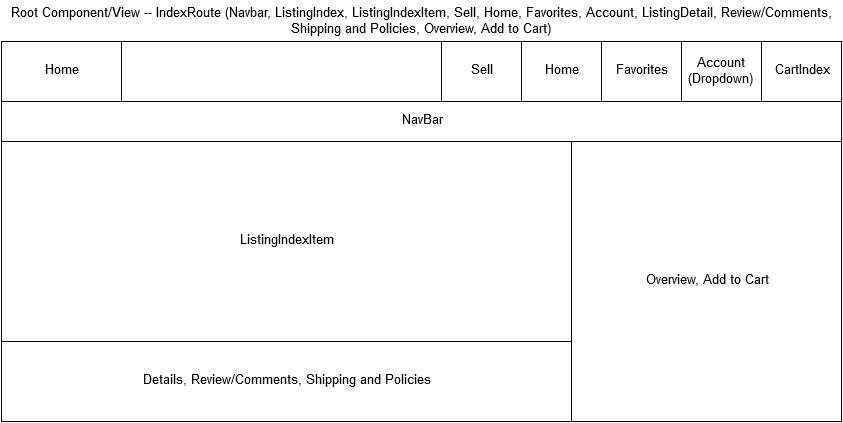
Above: docs/wireframes/listing.png in jonathol/etsy (draw.io), before the change. Source tidied: cells renumbered, new cells last; positions are measured from the earlier drawing's top-left corner, leaving out a move shared by most shapes. Source of this version:
```xml
<mxGraphModel background="#ffffff">
  <root>
    <mxCell id="0" />
    <mxCell id="1" parent="0" />
    <mxCell id="2" value="Root Component/View -- IndexRoute (Navbar, ListingIndex, ListingIndexItem, Sell, Home, Favorites, Account, ListingDetail, Review/Comments, Shipping and Policies, Overview, Add to Cart)&lt;br&gt;" style="text;strokeColor=none;fillColor=none;align=center;verticalAlign=middle;overflow=hidden;rounded=0;fontSize=13;fontColor=#000000;textDirection=ltr;whiteSpace=wrap;html=1;" parent="1" vertex="1">
      <mxGeometry width="840" height="40" as="geometry" />
    </mxCell>
    <mxCell id="3" style="whiteSpace=wrap;html=1;rounded=0;strokeColor=#000000;strokeWidth=1;fillColor=#ffffff;fontSize=13;fontColor=#000000;" parent="1" vertex="1">
      <mxGeometry y="40" width="840" height="380" as="geometry" />
    </mxCell>
    <mxCell id="4" style="whiteSpace=wrap;html=1;rounded=0;strokeColor=#000000;strokeWidth=1;fillColor=#ffffff;fontSize=13;fontColor=#000000;" parent="1" vertex="1">
      <mxGeometry y="40" width="840" height="60" as="geometry" />
    </mxCell>
    <mxCell id="5" style="whiteSpace=wrap;html=1;rounded=0;strokeColor=#000000;strokeWidth=1;fillColor=#ffffff;fontSize=13;fontColor=#000000;" parent="1" vertex="1">
      <mxGeometry y="40" width="120" height="60" as="geometry" />
    </mxCell>
    <mxCell id="6" style="whiteSpace=wrap;html=1;rounded=0;strokeColor=#000000;strokeWidth=1;fillColor=#ffffff;fontSize=13;fontColor=#000000;" parent="1" vertex="1">
      <mxGeometry x="760" y="40" width="80" height="60" as="geometry" />
    </mxCell>
    <mxCell id="7" style="whiteSpace=wrap;html=1;rounded=0;strokeColor=#000000;strokeWidth=1;fillColor=#ffffff;fontSize=13;fontColor=#000000;" parent="1" vertex="1">
      <mxGeometry x="680" y="40" width="80" height="60" as="geometry" />
    </mxCell>
    <mxCell id="8" style="whiteSpace=wrap;html=1;rounded=0;strokeColor=#000000;strokeWidth=1;fillColor=#ffffff;fontSize=13;fontColor=#000000;" parent="1" vertex="1">
      <mxGeometry x="600" y="40" width="80" height="60" as="geometry" />
    </mxCell>
    <mxCell id="9" style="whiteSpace=wrap;html=1;rounded=0;strokeColor=#000000;strokeWidth=1;fillColor=#ffffff;fontSize=13;fontColor=#000000;" parent="1" vertex="1">
      <mxGeometry x="520" y="40" width="80" height="60" as="geometry" />
    </mxCell>
    <mxCell id="10" style="whiteSpace=wrap;html=1;rounded=0;strokeColor=#000000;strokeWidth=1;fillColor=#ffffff;fontSize=13;fontColor=#000000;" parent="1" vertex="1">
      <mxGeometry x="440" y="40" width="80" height="60" as="geometry" />
    </mxCell>
    <mxCell id="11" value="CartIndex" style="text;html=1;strokeColor=none;fillColor=none;align=center;verticalAlign=middle;whiteSpace=wrap;overflow=hidden;rounded=0;fontSize=13;fontColor=#000000;" parent="1" vertex="1">
      <mxGeometry x="760" y="40" width="80" height="60" as="geometry" />
    </mxCell>
    <mxCell id="12" value="Home" style="text;html=1;strokeColor=none;fillColor=none;align=center;verticalAlign=middle;whiteSpace=wrap;overflow=hidden;rounded=0;fontSize=13;fontColor=#000000;" parent="1" vertex="1">
      <mxGeometry y="40" width="120" height="60" as="geometry" />
    </mxCell>
    <mxCell id="13" value="Favorites&lt;br&gt;" style="text;html=1;strokeColor=none;fillColor=none;align=center;verticalAlign=middle;whiteSpace=wrap;overflow=hidden;rounded=0;fontSize=13;fontColor=#000000;" parent="1" vertex="1">
      <mxGeometry x="600" y="40" width="80" height="60" as="geometry" />
    </mxCell>
    <mxCell id="14" value="Home" style="text;html=1;strokeColor=none;fillColor=none;align=center;verticalAlign=middle;whiteSpace=wrap;overflow=hidden;rounded=0;fontSize=13;fontColor=#000000;" parent="1" vertex="1">
      <mxGeometry x="520" y="40" width="80" height="60" as="geometry" />
    </mxCell>
    <mxCell id="15" value="Sell" style="text;html=1;strokeColor=none;fillColor=none;align=center;verticalAlign=middle;whiteSpace=wrap;overflow=hidden;rounded=0;fontSize=13;fontColor=#000000;" parent="1" vertex="1">
      <mxGeometry x="440" y="40" width="80" height="60" as="geometry" />
    </mxCell>
    <mxCell id="16" value="Account (Dropdown)&lt;br&gt;" style="text;html=1;strokeColor=none;fillColor=none;align=center;verticalAlign=middle;whiteSpace=wrap;overflow=hidden;rounded=0;fontSize=13;fontColor=#000000;" parent="1" vertex="1">
      <mxGeometry x="680" y="40" width="80" height="60" as="geometry" />
    </mxCell>
    <mxCell id="17" style="whiteSpace=wrap;html=1;rounded=0;strokeColor=#000000;strokeWidth=1;fillColor=#ffffff;fontSize=13;fontColor=#000000;" parent="1" vertex="1">
      <mxGeometry y="100" width="840" height="40" as="geometry" />
    </mxCell>
    <mxCell id="18" value="NavBar&lt;br&gt;" style="text;html=1;strokeColor=none;fillColor=none;align=center;verticalAlign=middle;whiteSpace=wrap;overflow=hidden;rounded=0;fontSize=13;fontColor=#000000;" parent="1" vertex="1">
      <mxGeometry y="100" width="840" height="40" as="geometry" />
    </mxCell>
    <mxCell id="19" style="whiteSpace=wrap;html=1;rounded=0;strokeColor=#000000;strokeWidth=1;fillColor=#FFFFFF;gradientColor=none;fontSize=13;fontColor=#000000;" parent="1" vertex="1">
      <mxGeometry y="140" width="570" height="280" as="geometry" />
    </mxCell>
    <mxCell id="20" style="whiteSpace=wrap;html=1;rounded=0;strokeColor=#000000;strokeWidth=1;fillColor=#FFFFFF;gradientColor=none;fontSize=13;fontColor=#000000;" parent="1" vertex="1">
      <mxGeometry x="570" y="140" width="270" height="280" as="geometry" />
    </mxCell>
    <mxCell id="21" value="Overview, Add to Cart&lt;br&gt;" style="text;html=1;strokeColor=none;fillColor=none;align=center;verticalAlign=middle;whiteSpace=wrap;overflow=hidden;rounded=0;fontSize=13;fontColor=#000000;" parent="1" vertex="1">
      <mxGeometry x="570" y="140" width="270" height="280" as="geometry" />
    </mxCell>
    <mxCell id="22" style="whiteSpace=wrap;html=1;rounded=0;strokeColor=#000000;strokeWidth=1;fillColor=#FFFFFF;gradientColor=none;fontSize=13;fontColor=#000000;" parent="1" vertex="1">
      <mxGeometry y="140" width="570" height="200" as="geometry" />
    </mxCell>
    <mxCell id="23" value="ListingIndexItem&lt;br&gt;" style="text;html=1;strokeColor=none;fillColor=none;align=center;verticalAlign=middle;whiteSpace=wrap;overflow=hidden;rounded=0;fontSize=13;fontColor=#000000;" parent="1" vertex="1">
      <mxGeometry y="140" width="570" height="200" as="geometry" />
    </mxCell>
    <mxCell id="24" value="Details, Review/Comments, Shipping and Policies&lt;br&gt;" style="text;html=1;strokeColor=none;fillColor=none;align=center;verticalAlign=middle;whiteSpace=wrap;overflow=hidden;rounded=0;fontSize=13;fontColor=#000000;" parent="1" vertex="1">
      <mxGeometry y="340" width="570" height="80" as="geometry" />
    </mxCell>
  </root>
</mxGraphModel>
```
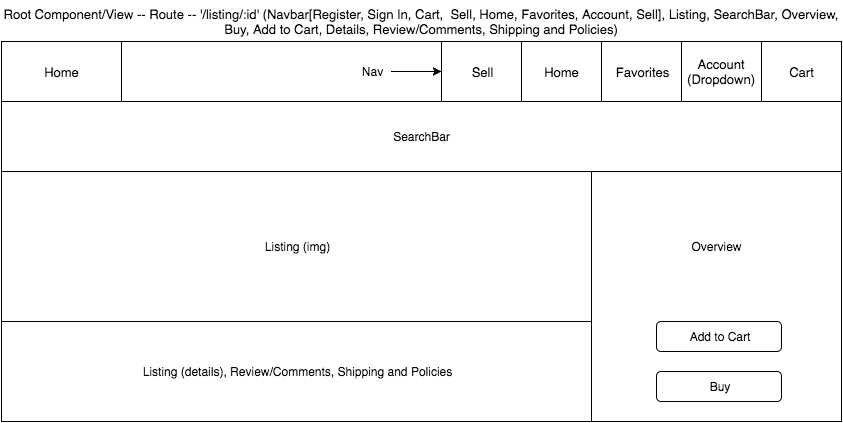
The same diagram one commit later.

The edit, as a diff of the source:
```diff
@@ -2,74 +2,89 @@
   <root>
     <mxCell id="0" />
     <mxCell id="1" parent="0" />
-    <mxCell id="2" value="Root Component/View -- IndexRoute (Navbar, ListingIndex, ListingIndexItem, Sell, Home, Favorites, Account, ListingDetail, Review/Comments, Shipping and Policies, Overview, Add to Cart)&lt;br&gt;" style="text;strokeColor=none;fillColor=none;align=center;verticalAlign=middle;overflow=hidden;rounded=0;fontSize=13;fontColor=#000000;textDirection=ltr;whiteSpace=wrap;html=1;" parent="1" vertex="1">
-      <mxGeometry width="840" height="40" as="geometry" />
-    </mxCell>
-    <mxCell id="3" style="whiteSpace=wrap;html=1;rounded=0;strokeColor=#000000;strokeWidth=1;fillColor=#ffffff;fontSize=13;fontColor=#000000;" parent="1" vertex="1">
-      <mxGeometry y="40" width="840" height="380" as="geometry" />
-    </mxCell>
-    <mxCell id="4" style="whiteSpace=wrap;html=1;rounded=0;strokeColor=#000000;strokeWidth=1;fillColor=#ffffff;fontSize=13;fontColor=#000000;" parent="1" vertex="1">
-      <mxGeometry y="40" width="840" height="60" as="geometry" />
-    </mxCell>
-    <mxCell id="5" style="whiteSpace=wrap;html=1;rounded=0;strokeColor=#000000;strokeWidth=1;fillColor=#ffffff;fontSize=13;fontColor=#000000;" parent="1" vertex="1">
-      <mxGeometry y="40" width="120" height="60" as="geometry" />
-    </mxCell>
-    <mxCell id="6" style="whiteSpace=wrap;html=1;rounded=0;strokeColor=#000000;strokeWidth=1;fillColor=#ffffff;fontSize=13;fontColor=#000000;" parent="1" vertex="1">
-      <mxGeometry x="760" y="40" width="80" height="60" as="geometry" />
-    </mxCell>
-    <mxCell id="7" style="whiteSpace=wrap;html=1;rounded=0;strokeColor=#000000;strokeWidth=1;fillColor=#ffffff;fontSize=13;fontColor=#000000;" parent="1" vertex="1">
-      <mxGeometry x="680" y="40" width="80" height="60" as="geometry" />
-    </mxCell>
-    <mxCell id="8" style="whiteSpace=wrap;html=1;rounded=0;strokeColor=#000000;strokeWidth=1;fillColor=#ffffff;fontSize=13;fontColor=#000000;" parent="1" vertex="1">
-      <mxGeometry x="600" y="40" width="80" height="60" as="geometry" />
-    </mxCell>
-    <mxCell id="9" style="whiteSpace=wrap;html=1;rounded=0;strokeColor=#000000;strokeWidth=1;fillColor=#ffffff;fontSize=13;fontColor=#000000;" parent="1" vertex="1">
-      <mxGeometry x="520" y="40" width="80" height="60" as="geometry" />
-    </mxCell>
-    <mxCell id="10" style="whiteSpace=wrap;html=1;rounded=0;strokeColor=#000000;strokeWidth=1;fillColor=#ffffff;fontSize=13;fontColor=#000000;" parent="1" vertex="1">
-      <mxGeometry x="440" y="40" width="80" height="60" as="geometry" />
-    </mxCell>
-    <mxCell id="11" value="CartIndex" style="text;html=1;strokeColor=none;fillColor=none;align=center;verticalAlign=middle;whiteSpace=wrap;overflow=hidden;rounded=0;fontSize=13;fontColor=#000000;" parent="1" vertex="1">
-      <mxGeometry x="760" y="40" width="80" height="60" as="geometry" />
-    </mxCell>
-    <mxCell id="12" value="Home" style="text;html=1;strokeColor=none;fillColor=none;align=center;verticalAlign=middle;whiteSpace=wrap;overflow=hidden;rounded=0;fontSize=13;fontColor=#000000;" parent="1" vertex="1">
-      <mxGeometry y="40" width="120" height="60" as="geometry" />
-    </mxCell>
+    <mxCell id="25" value="Root Component/View -- Route -- '/listing/:id' (Navbar[Register, Sign In, Cart, &amp;nbsp;Sell, Home, Favorites, Account, Sell], Listing, SearchBar, Overview, Buy, Add to Cart, Details, Review/Comments, Shipping and Policies)&lt;br&gt;" style="text;strokeColor=none;fillColor=none;align=center;verticalAlign=middle;overflow=hidden;rounded=0;fontSize=13;fontColor=#000000;textDirection=ltr;whiteSpace=wrap;html=1;" parent="1" vertex="1">
+      <mxGeometry width="840" height="40" as="geometry" />
+    </mxCell>
+    <mxCell id="26" style="whiteSpace=wrap;html=1;rounded=0;strokeColor=#000000;strokeWidth=1;fillColor=#ffffff;fontSize=13;fontColor=#000000;" parent="1" vertex="1">
+      <mxGeometry y="40" width="840" height="380" as="geometry" />
+    </mxCell>
+    <mxCell id="27" style="whiteSpace=wrap;html=1;rounded=0;strokeColor=#000000;strokeWidth=1;fillColor=#ffffff;fontSize=13;fontColor=#000000;" parent="1" vertex="1">
+      <mxGeometry y="40" width="840" height="60" as="geometry" />
+    </mxCell>
+    <mxCell id="28" style="whiteSpace=wrap;html=1;rounded=0;strokeColor=#000000;strokeWidth=1;fillColor=#ffffff;fontSize=13;fontColor=#000000;" parent="1" vertex="1">
+      <mxGeometry y="40" width="120" height="60" as="geometry" />
+    </mxCell>
+    <mxCell id="29" style="whiteSpace=wrap;html=1;rounded=0;strokeColor=#000000;strokeWidth=1;fillColor=#ffffff;fontSize=13;fontColor=#000000;" parent="1" vertex="1">
+      <mxGeometry x="760" y="40" width="80" height="60" as="geometry" />
+    </mxCell>
+    <mxCell id="30" style="whiteSpace=wrap;html=1;rounded=0;strokeColor=#000000;strokeWidth=1;fillColor=#ffffff;fontSize=13;fontColor=#000000;" parent="1" vertex="1">
+      <mxGeometry x="680" y="40" width="80" height="60" as="geometry" />
+    </mxCell>
+    <mxCell id="31" style="whiteSpace=wrap;html=1;rounded=0;strokeColor=#000000;strokeWidth=1;fillColor=#ffffff;fontSize=13;fontColor=#000000;" parent="1" vertex="1">
+      <mxGeometry x="600" y="40" width="80" height="60" as="geometry" />
+    </mxCell>
+    <mxCell id="32" style="whiteSpace=wrap;html=1;rounded=0;strokeColor=#000000;strokeWidth=1;fillColor=#ffffff;fontSize=13;fontColor=#000000;" parent="1" vertex="1">
+      <mxGeometry x="520" y="40" width="80" height="60" as="geometry" />
+    </mxCell>
+    <mxCell id="33" style="whiteSpace=wrap;html=1;rounded=0;strokeColor=#000000;strokeWidth=1;fillColor=#ffffff;fontSize=13;fontColor=#000000;" parent="1" vertex="1">
+      <mxGeometry x="440" y="40" width="80" height="60" as="geometry" />
+    </mxCell>
+    <mxCell id="34" value="Cart" style="text;html=1;strokeColor=none;fillColor=none;align=center;verticalAlign=middle;whiteSpace=wrap;overflow=hidden;rounded=0;fontSize=13;fontColor=#000000;" parent="1" vertex="1">
+      <mxGeometry x="760" y="40" width="80" height="60" as="geometry" />
+    </mxCell>
+    <mxCell id="35" value="Home" style="text;html=1;strokeColor=none;fillColor=none;align=center;verticalAlign=middle;whiteSpace=wrap;overflow=hidden;rounded=0;fontSize=13;fontColor=#000000;" parent="1" vertex="1">
+      <mxGeometry y="40" width="120" height="60" as="geometry" />
+    </mxCell>
     <mxCell id="13" value="Favorites&lt;br&gt;" style="text;html=1;strokeColor=none;fillColor=none;align=center;verticalAlign=middle;whiteSpace=wrap;overflow=hidden;rounded=0;fontSize=13;fontColor=#000000;" parent="1" vertex="1">
       <mxGeometry x="600" y="40" width="80" height="60" as="geometry" />
     </mxCell>
-    <mxCell id="14" value="Home" style="text;html=1;strokeColor=none;fillColor=none;align=center;verticalAlign=middle;whiteSpace=wrap;overflow=hidden;rounded=0;fontSize=13;fontColor=#000000;" parent="1" vertex="1">
-      <mxGeometry x="520" y="40" width="80" height="60" as="geometry" />
-    </mxCell>
+    <mxCell id="36" value="Home" style="text;html=1;strokeColor=none;fillColor=none;align=center;verticalAlign=middle;whiteSpace=wrap;overflow=hidden;rounded=0;fontSize=13;fontColor=#000000;" parent="1" vertex="1">
+      <mxGeometry x="520" y="40" width="80" height="60" as="geometry" />
+    </mxCell>
     <mxCell id="15" value="Sell" style="text;html=1;strokeColor=none;fillColor=none;align=center;verticalAlign=middle;whiteSpace=wrap;overflow=hidden;rounded=0;fontSize=13;fontColor=#000000;" parent="1" vertex="1">
       <mxGeometry x="440" y="40" width="80" height="60" as="geometry" />
     </mxCell>
     <mxCell id="16" value="Account (Dropdown)&lt;br&gt;" style="text;html=1;strokeColor=none;fillColor=none;align=center;verticalAlign=middle;whiteSpace=wrap;overflow=hidden;rounded=0;fontSize=13;fontColor=#000000;" parent="1" vertex="1">
       <mxGeometry x="680" y="40" width="80" height="60" as="geometry" />
     </mxCell>
-    <mxCell id="17" style="whiteSpace=wrap;html=1;rounded=0;strokeColor=#000000;strokeWidth=1;fillColor=#ffffff;fontSize=13;fontColor=#000000;" parent="1" vertex="1">
-      <mxGeometry y="100" width="840" height="40" as="geometry" />
-    </mxCell>
-    <mxCell id="18" value="NavBar&lt;br&gt;" style="text;html=1;strokeColor=none;fillColor=none;align=center;verticalAlign=middle;whiteSpace=wrap;overflow=hidden;rounded=0;fontSize=13;fontColor=#000000;" parent="1" vertex="1">
-      <mxGeometry y="100" width="840" height="40" as="geometry" />
-    </mxCell>
-    <mxCell id="19" style="whiteSpace=wrap;html=1;rounded=0;strokeColor=#000000;strokeWidth=1;fillColor=#FFFFFF;gradientColor=none;fontSize=13;fontColor=#000000;" parent="1" vertex="1">
-      <mxGeometry y="140" width="570" height="280" as="geometry" />
-    </mxCell>
-    <mxCell id="20" style="whiteSpace=wrap;html=1;rounded=0;strokeColor=#000000;strokeWidth=1;fillColor=#FFFFFF;gradientColor=none;fontSize=13;fontColor=#000000;" parent="1" vertex="1">
-      <mxGeometry x="570" y="140" width="270" height="280" as="geometry" />
-    </mxCell>
-    <mxCell id="21" value="Overview, Add to Cart&lt;br&gt;" style="text;html=1;strokeColor=none;fillColor=none;align=center;verticalAlign=middle;whiteSpace=wrap;overflow=hidden;rounded=0;fontSize=13;fontColor=#000000;" parent="1" vertex="1">
-      <mxGeometry x="570" y="140" width="270" height="280" as="geometry" />
-    </mxCell>
-    <mxCell id="22" style="whiteSpace=wrap;html=1;rounded=0;strokeColor=#000000;strokeWidth=1;fillColor=#FFFFFF;gradientColor=none;fontSize=13;fontColor=#000000;" parent="1" vertex="1">
-      <mxGeometry y="140" width="570" height="200" as="geometry" />
-    </mxCell>
-    <mxCell id="23" value="ListingIndexItem&lt;br&gt;" style="text;html=1;strokeColor=none;fillColor=none;align=center;verticalAlign=middle;whiteSpace=wrap;overflow=hidden;rounded=0;fontSize=13;fontColor=#000000;" parent="1" vertex="1">
-      <mxGeometry y="140" width="570" height="200" as="geometry" />
-    </mxCell>
-    <mxCell id="24" value="Details, Review/Comments, Shipping and Policies&lt;br&gt;" style="text;html=1;strokeColor=none;fillColor=none;align=center;verticalAlign=middle;whiteSpace=wrap;overflow=hidden;rounded=0;fontSize=13;fontColor=#000000;" parent="1" vertex="1">
-      <mxGeometry y="340" width="570" height="80" as="geometry" />
-    </mxCell>
+    <mxCell id="37" value="Nav" style="text;html=1;strokeColor=none;fillColor=none;align=center;verticalAlign=middle;whiteSpace=wrap;overflow=hidden;" parent="1" vertex="1">
+      <mxGeometry x="350" y="60" width="40" height="20" as="geometry" />
+    </mxCell>
+    <mxCell id="38" style="endArrow=classic;html=1;entryX=0;entryY=0.5;exitX=1;exitY=0.5;" parent="1" edge="1" source="37" target="15">
+      <mxGeometry x="400" y="80" as="geometry" />
+    </mxCell>
+    <mxCell id="39" value="SearchBar" style="text;html=1;strokeColor=none;fillColor=none;align=center;verticalAlign=middle;whiteSpace=wrap;overflow=hidden;" parent="1" vertex="1">
+      <mxGeometry y="100" width="840" height="70" as="geometry" />
+    </mxCell>
+    <mxCell id="40" style="whiteSpace=wrap;html=1;" parent="1" vertex="1">
+      <mxGeometry y="170" width="840" height="250" as="geometry" />
+    </mxCell>
+    <mxCell id="41" style="whiteSpace=wrap;html=1;" parent="1" vertex="1">
+      <mxGeometry y="170" width="590" height="150" as="geometry" />
+    </mxCell>
+    <mxCell id="42" style="whiteSpace=wrap;html=1;" parent="1" vertex="1">
+      <mxGeometry x="590" y="170" width="250" height="250" as="geometry" />
+    </mxCell>
+    <mxCell id="43" value="Listing (img)" style="text;html=1;strokeColor=none;fillColor=none;align=center;verticalAlign=middle;whiteSpace=wrap;overflow=hidden;" parent="1" vertex="1">
+      <mxGeometry y="170" width="590" height="150" as="geometry" />
+    </mxCell>
+    <mxCell id="44" value="Listing (details), Review/Comments, Shipping and Policies" style="text;html=1;strokeColor=none;fillColor=none;align=center;verticalAlign=middle;whiteSpace=wrap;overflow=hidden;" parent="1" vertex="1">
+      <mxGeometry y="320" width="590" height="100" as="geometry" />
+    </mxCell>
+    <mxCell id="45" value="Overview" style="text;html=1;strokeColor=none;fillColor=none;align=center;verticalAlign=middle;whiteSpace=wrap;overflow=hidden;" parent="1" vertex="1">
+      <mxGeometry x="590" y="170" width="250" height="150" as="geometry" />
+    </mxCell>
+    <mxCell id="46" style="rounded=1;whiteSpace=wrap;html=1;" parent="1" vertex="1">
+      <mxGeometry x="655" y="320" width="125" height="30" as="geometry" />
+    </mxCell>
+    <mxCell id="47" style="rounded=1;whiteSpace=wrap;html=1;" parent="1" vertex="1">
+      <mxGeometry x="655" y="370" width="125" height="30" as="geometry" />
+    </mxCell>
+    <mxCell id="48" value="Add to Cart" style="text;html=1;strokeColor=none;fillColor=none;align=center;verticalAlign=middle;whiteSpace=wrap;overflow=hidden;" parent="1" vertex="1">
+      <mxGeometry x="655" y="320" width="125" height="30" as="geometry" />
+    </mxCell>
+    <mxCell id="49" value="Buy" style="text;html=1;strokeColor=none;fillColor=none;align=center;verticalAlign=middle;whiteSpace=wrap;overflow=hidden;" parent="1" vertex="1">
+      <mxGeometry x="655" y="370" width="125" height="30" as="geometry" />
+    </mxCell>
   </root>
 </mxGraphModel>
```
